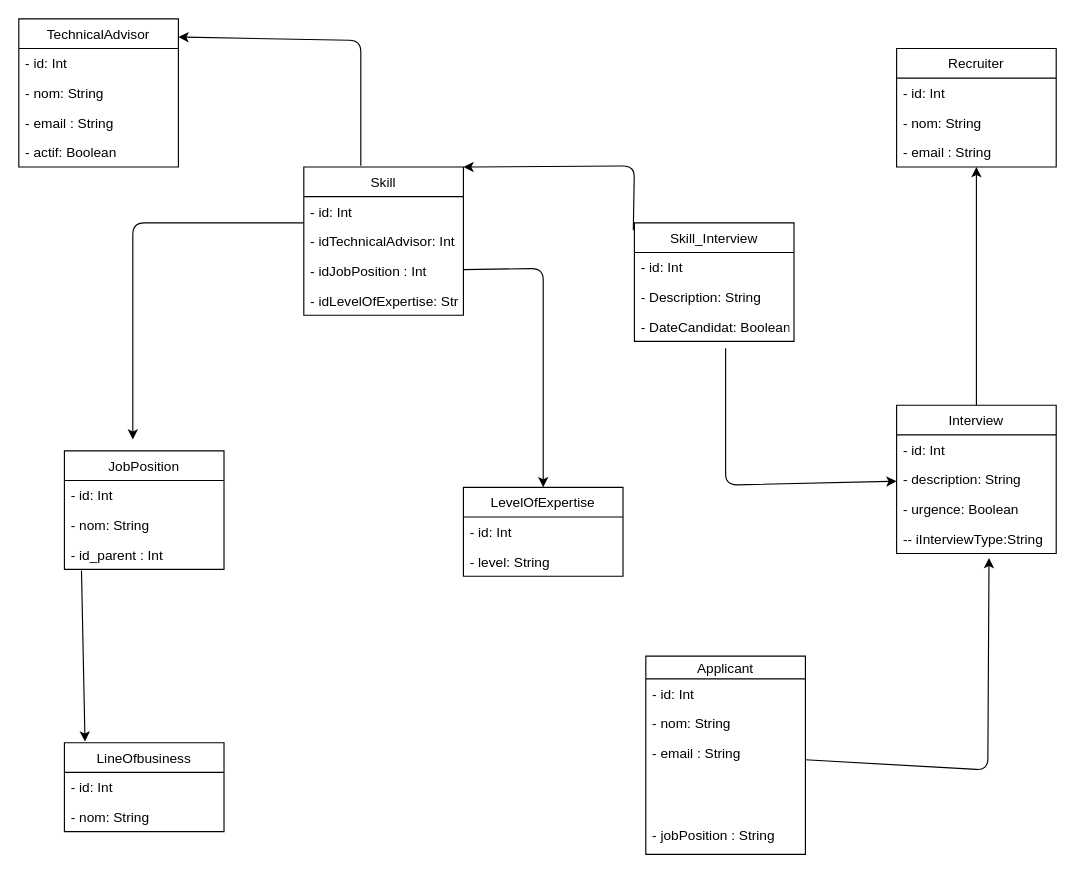
Before: page "Class_Diagram" (1 of 4) of architecture/interview_class_architecture.drawio in fabrice05/interviewLevio, a draw.io diagram. Source tidied: cells renumbered, new cells numbered last; positions are measured from the earlier drawing's top-left corner, leaving out a move shared by most shapes. Both pictures are drawn from the tidied source at 114%, with x=0, y=0 at pixel (18, 18).
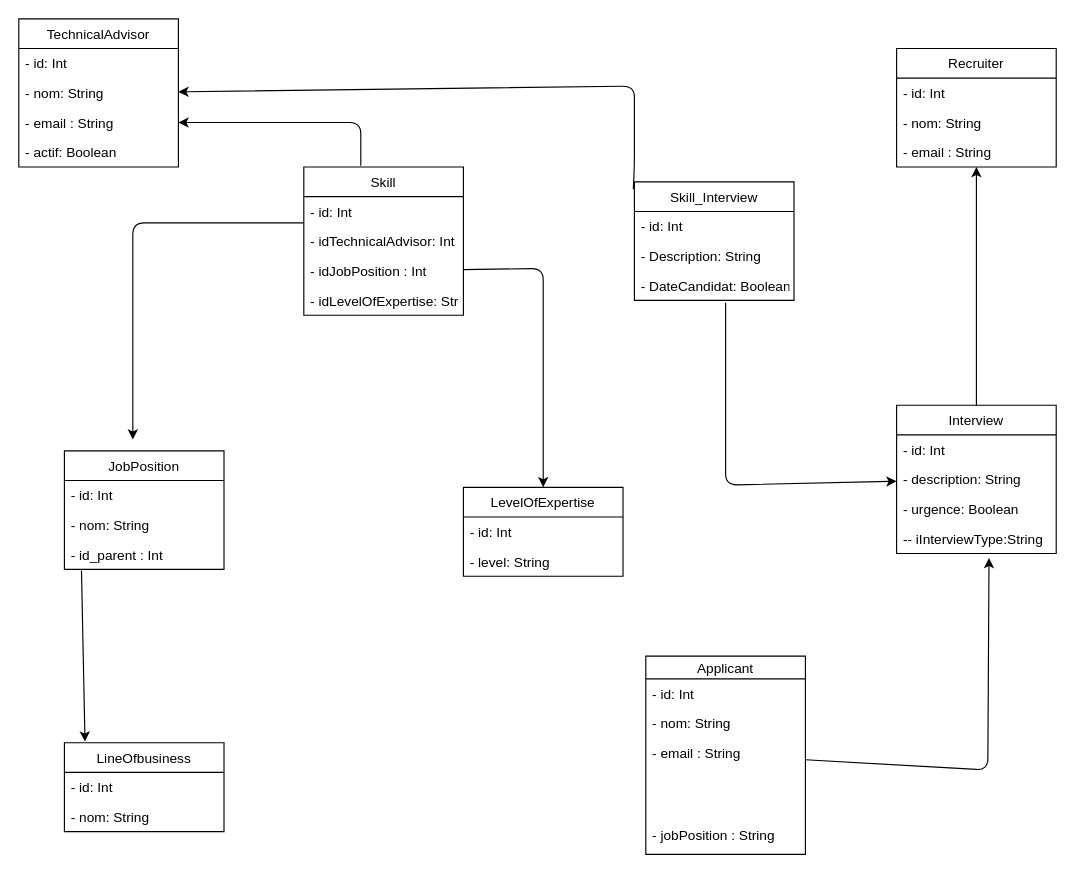
After the change.

Unchanged cells that the change refers to:
```xml
<mxCell id="3" value="Interview" style="swimlane;fontStyle=0;horizontal=1;startSize=26;fillColor=none;" parent="1" vertex="1">
  <mxGeometry x="770" y="339" width="140" height="130" as="geometry" />
</mxCell>
<mxCell id="27" value="Skill" style="swimlane;fontStyle=0;horizontal=1;startSize=26;fillColor=none;" parent="1" vertex="1">
  <mxGeometry x="250" y="130" width="140" height="130" as="geometry" />
</mxCell>
<mxCell id="32" value="TechnicalAdvisor" style="swimlane;fontStyle=0;horizontal=1;startSize=26;fillColor=none;" parent="1" vertex="1">
  <mxGeometry width="140" height="130" as="geometry" />
</mxCell>
<mxCell id="35" value="- email : String" style="text;strokeColor=none;fillColor=none;align=left;verticalAlign=top;spacingLeft=4;spacingRight=4;overflow=hidden;points=[[0,0.5],[1,0.5]];portConstraint=eastwest;" parent="32" vertex="1">
  <mxGeometry y="78" width="140" height="26" as="geometry" />
</mxCell>
```

Change to the diagram source:
```diff
@@
-    <mxCell id="40" style="edgeStyle=none;html=1;entryX=1;entryY=0.123;entryDx=0;entryDy=0;entryPerimeter=0;" parent="1" edge="1" target="32">
+    <mxCell id="40" style="edgeStyle=none;html=1;entryX=1;entryY=0.5;entryDx=0;entryDy=0;" parent="1" edge="1" target="35">
       <mxGeometry relative="1" as="geometry">
         <mxPoint x="300" y="129" as="sourcePoint" />
         <Array as="points">
-          <mxPoint x="300" y="19" />
+          <mxPoint x="300" y="91" />
         </Array>
       </mxGeometry>
     </mxCell>
@@
     <mxCell id="42" style="edgeStyle=none;html=1;" parent="1" edge="1" target="3">
       <mxGeometry relative="1" as="geometry">
-        <mxPoint x="620" y="289" as="sourcePoint" />
+        <mxPoint x="620" y="249" as="sourcePoint" />
         <Array as="points">
           <mxPoint x="620" y="409" />
         </Array>
       </mxGeometry>
     </mxCell>
-    <mxCell id="43" style="edgeStyle=none;html=1;entryX=1;entryY=0;entryDx=0;entryDy=0;exitX=-0.007;exitY=0.062;exitDx=0;exitDy=0;exitPerimeter=0;" parent="1" edge="1" source="44" target="27">
+    <mxCell id="43" style="edgeStyle=none;html=1;exitX=-0.007;exitY=0.062;exitDx=0;exitDy=0;exitPerimeter=0;" parent="1" edge="1" source="44" target="32">
       <mxGeometry relative="1" as="geometry">
         <Array as="points">
           <mxPoint x="540" y="129" />
+          <mxPoint x="540" y="59" />
         </Array>
       </mxGeometry>
     </mxCell>
     <mxCell id="44" value="Skill_Interview" style="swimlane;fontStyle=0;horizontal=1;startSize=26;fillColor=none;" parent="1" vertex="1">
-      <mxGeometry x="540" y="179" width="140" height="104" as="geometry" />
+      <mxGeometry x="540" y="143" width="140" height="104" as="geometry" />
     </mxCell>
```
